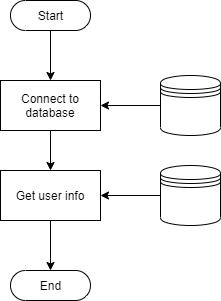
The draw.io diagram scoring/documentation/Load_Profile_Logic.png in kparlak/dart-scoring-system, before a commit. Source tidied: cells renumbered, new cells last; positions are measured from the earlier drawing's top-left corner, leaving out a move shared by most shapes. Its diagram source:
```xml
<mxGraphModel>
  <root>
    <mxCell id="0" />
    <mxCell id="1" parent="0" />
    <mxCell id="2" style="edgeStyle=orthogonalEdgeStyle;rounded=1;jettySize=auto;html=1;exitX=0.5;exitY=0.5;exitDx=0;exitDy=15;exitPerimeter=0;entryX=0.5;entryY=0;entryDx=0;entryDy=0;strokeColor=#000000;" parent="1" edge="1" source="3" target="6">
      <mxGeometry relative="1" as="geometry" />
    </mxCell>
    <mxCell id="3" value="Start" style="html=1;dashed=0;whitespace=wrap;shape=mxgraph.dfd.start;" parent="1" vertex="1">
      <mxGeometry x="10" width="80" height="30" as="geometry" />
    </mxCell>
    <mxCell id="4" value="End" style="html=1;dashed=0;whitespace=wrap;shape=mxgraph.dfd.start;" parent="1" vertex="1">
      <mxGeometry x="10" y="270" width="80" height="30" as="geometry" />
    </mxCell>
    <mxCell id="5" style="edgeStyle=orthogonalEdgeStyle;rounded=1;jettySize=auto;html=1;exitX=0.5;exitY=1;exitDx=0;exitDy=0;entryX=0.5;entryY=0;entryDx=0;entryDy=0;" parent="1" edge="1" source="6" target="10">
      <mxGeometry relative="1" as="geometry" />
    </mxCell>
    <mxCell id="6" value="Connect to database" style="html=1;dashed=0;whitespace=wrap;whiteSpace=wrap;" parent="1" vertex="1">
      <mxGeometry y="80" width="100" height="50" as="geometry" />
    </mxCell>
    <mxCell id="7" style="edgeStyle=orthogonalEdgeStyle;rounded=1;jettySize=auto;html=1;exitX=0;exitY=0.5;exitDx=0;exitDy=0;entryX=1;entryY=0.5;entryDx=0;entryDy=0;" parent="1" edge="1" source="8" target="6">
      <mxGeometry relative="1" as="geometry" />
    </mxCell>
    <mxCell id="8" style="shape=datastore;whiteSpace=wrap;html=1;" parent="1" vertex="1">
      <mxGeometry x="160" y="75" width="60" height="60" as="geometry" />
    </mxCell>
    <mxCell id="9" style="edgeStyle=orthogonalEdgeStyle;rounded=1;jettySize=auto;html=1;exitX=0.5;exitY=1;exitDx=0;exitDy=0;entryX=0.5;entryY=0.5;entryDx=0;entryDy=-15;entryPerimeter=0;" parent="1" edge="1" source="10" target="4">
      <mxGeometry relative="1" as="geometry" />
    </mxCell>
    <mxCell id="10" value="Get user info" style="html=1;dashed=0;whitespace=wrap;whiteSpace=wrap;" parent="1" vertex="1">
      <mxGeometry y="170" width="100" height="50" as="geometry" />
    </mxCell>
    <mxCell id="11" style="edgeStyle=orthogonalEdgeStyle;rounded=1;jettySize=auto;html=1;exitX=0;exitY=0.5;exitDx=0;exitDy=0;entryX=1;entryY=0.5;entryDx=0;entryDy=0;" parent="1" edge="1" source="12" target="10">
      <mxGeometry relative="1" as="geometry" />
    </mxCell>
    <mxCell id="12" style="shape=datastore;whiteSpace=wrap;html=1;" parent="1" vertex="1">
      <mxGeometry x="160" y="165" width="60" height="60" as="geometry" />
    </mxCell>
  </root>
</mxGraphModel>
```
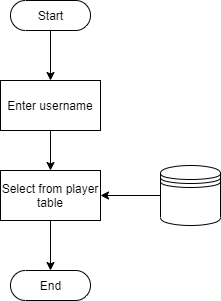
After the commit.

Change to the diagram source:
```diff
@@ -14,19 +14,13 @@
     <mxCell id="5" style="edgeStyle=orthogonalEdgeStyle;rounded=1;jettySize=auto;html=1;exitX=0.5;exitY=1;exitDx=0;exitDy=0;entryX=0.5;entryY=0;entryDx=0;entryDy=0;" parent="1" edge="1" source="6" target="10">
       <mxGeometry relative="1" as="geometry" />
     </mxCell>
-    <mxCell id="6" value="Connect to database" style="html=1;dashed=0;whitespace=wrap;whiteSpace=wrap;" parent="1" vertex="1">
+    <mxCell id="6" value="Enter username" style="html=1;dashed=0;whitespace=wrap;whiteSpace=wrap;" parent="1" vertex="1">
       <mxGeometry y="80" width="100" height="50" as="geometry" />
     </mxCell>
-    <mxCell id="7" style="edgeStyle=orthogonalEdgeStyle;rounded=1;jettySize=auto;html=1;exitX=0;exitY=0.5;exitDx=0;exitDy=0;entryX=1;entryY=0.5;entryDx=0;entryDy=0;" parent="1" edge="1" source="8" target="6">
-      <mxGeometry relative="1" as="geometry" />
-    </mxCell>
-    <mxCell id="8" style="shape=datastore;whiteSpace=wrap;html=1;" parent="1" vertex="1">
-      <mxGeometry x="160" y="75" width="60" height="60" as="geometry" />
-    </mxCell>
     <mxCell id="9" style="edgeStyle=orthogonalEdgeStyle;rounded=1;jettySize=auto;html=1;exitX=0.5;exitY=1;exitDx=0;exitDy=0;entryX=0.5;entryY=0.5;entryDx=0;entryDy=-15;entryPerimeter=0;" parent="1" edge="1" source="10" target="4">
       <mxGeometry relative="1" as="geometry" />
     </mxCell>
-    <mxCell id="10" value="Get user info" style="html=1;dashed=0;whitespace=wrap;whiteSpace=wrap;" parent="1" vertex="1">
+    <mxCell id="10" value="Select from player table" style="html=1;dashed=0;whitespace=wrap;whiteSpace=wrap;" parent="1" vertex="1">
       <mxGeometry y="170" width="100" height="50" as="geometry" />
     </mxCell>
     <mxCell id="11" style="edgeStyle=orthogonalEdgeStyle;rounded=1;jettySize=auto;html=1;exitX=0;exitY=0.5;exitDx=0;exitDy=0;entryX=1;entryY=0.5;entryDx=0;entryDy=0;" parent="1" edge="1" source="12" target="10">
```
